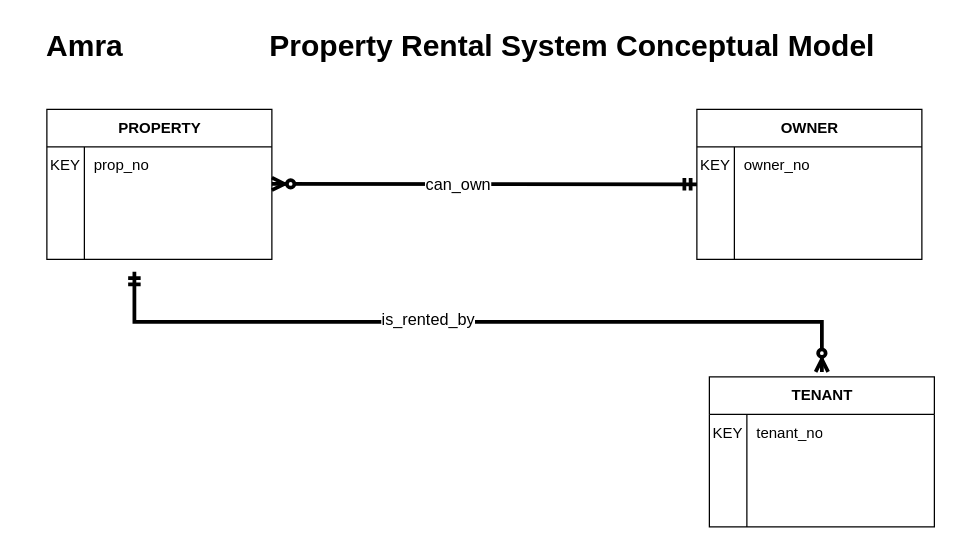
This is page "Relationships" (2 of 3) of Applied/App03/prs_conceptual.drawio from aanv0002/bigrig-movers-sql-database, a draw.io file, before an edit. Source tidied: cells renumbered, new cells numbered last; positions are measured from the earlier drawing's top-left corner, leaving out a move shared by most shapes. Both pictures are drawn from the tidied source at 125%, with x=0, y=0 at pixel (21, 21).
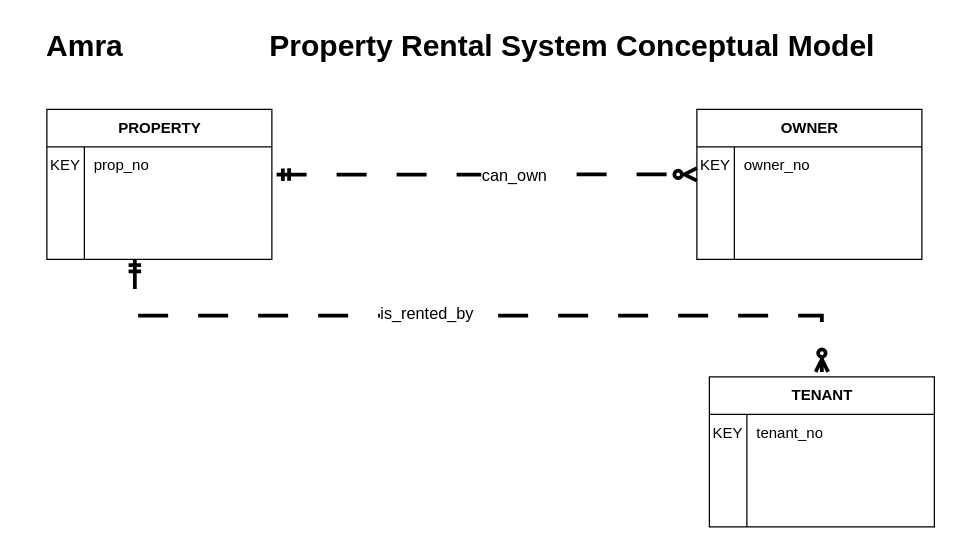
The same diagram, later.

Commit message:
non-key attributes added for final model

The change refers to these unchanged cells:
```xml
<mxCell id="5" style="shape=tableRow;horizontal=0;startSize=0;swimlaneHead=0;swimlaneBody=0;fillColor=none;points=[[0,0.5],[1,0.5]];portConstraint=eastwest;top=0;left=0;right=0;bottom=0;" parent="4" vertex="1">
  <mxGeometry y="30" width="180" height="30" as="geometry" />
</mxCell>
<mxCell id="11" style="shape=tableRow;horizontal=0;startSize=0;swimlaneHead=0;swimlaneBody=0;fillColor=none;points=[[0,0.5],[1,0.5]];portConstraint=eastwest;top=0;left=0;right=0;bottom=0;" parent="4" vertex="1">
  <mxGeometry y="90" width="180" height="30" as="geometry" />
</mxCell>
<mxCell id="14" value="OWNER" style="shape=table;startSize=30;childLayout=tableLayout;rowLines=0;fontStyle=1;align=center;html=1;" parent="1" vertex="1">
  <mxGeometry x="540" y="70" width="180" height="120" as="geometry" />
</mxCell>
```

Change to the diagram source:
```diff
@@
-    <mxCell id="34" style="fontSize=12;html=1;endArrow=ERzeroToMany;startArrow=ERmandOne;rounded=0;elbow=vertical;strokeWidth=3;" parent="1" edge="1" source="14">
+    <mxCell id="34" style="fontSize=12;html=1;endArrow=ERzeroToMany;startArrow=ERmandOne;rounded=0;elbow=vertical;strokeWidth=3;dashed=1;dashPattern=8 8;exitX=1.021;exitY=0.74;exitDx=0;exitDy=0;exitPerimeter=0;" parent="1" edge="1" source="5">
       <mxGeometry relative="1" as="geometry">
-        <mxPoint x="200" y="129.6" as="targetPoint" />
+        <mxPoint x="540" y="122" as="targetPoint" />
       </mxGeometry>
     </mxCell>
@@
-    <mxCell id="36" style="edgeStyle=elbowEdgeStyle;fontSize=12;html=1;endArrow=ERzeroToMany;startArrow=ERmandOne;rounded=0;elbow=vertical;exitX=0.389;exitY=1.333;exitDx=0;exitDy=0;exitPerimeter=0;strokeWidth=3;" parent="1" edge="1" source="11">
+    <mxCell id="36" style="edgeStyle=elbowEdgeStyle;fontSize=12;html=1;endArrow=ERzeroToMany;startArrow=ERmandOne;rounded=0;elbow=vertical;exitX=0.391;exitY=0.988;exitDx=0;exitDy=0;exitPerimeter=0;strokeWidth=3;dashed=1;dashPattern=8 8;" parent="1" edge="1" source="11">
       <mxGeometry relative="1" as="geometry">
         <mxPoint x="640" y="280" as="targetPoint" />
       </mxGeometry>
     </mxCell>
```
